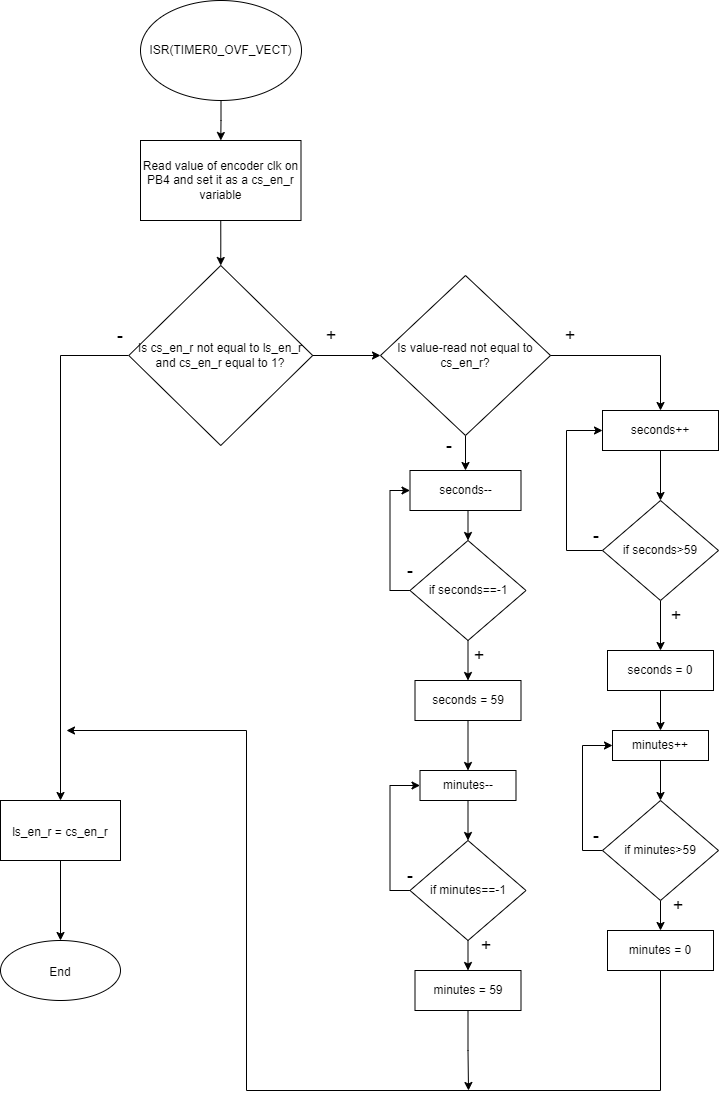
OndraFoltyn/digital-electronics-2 keeps this draw.io diagram as project1/Time_changing.drawio.png. Above is the earlier version. Source tidied: cells renumbered, new cells last; positions are measured from the earlier drawing's top-left corner, leaving out a move shared by most shapes.
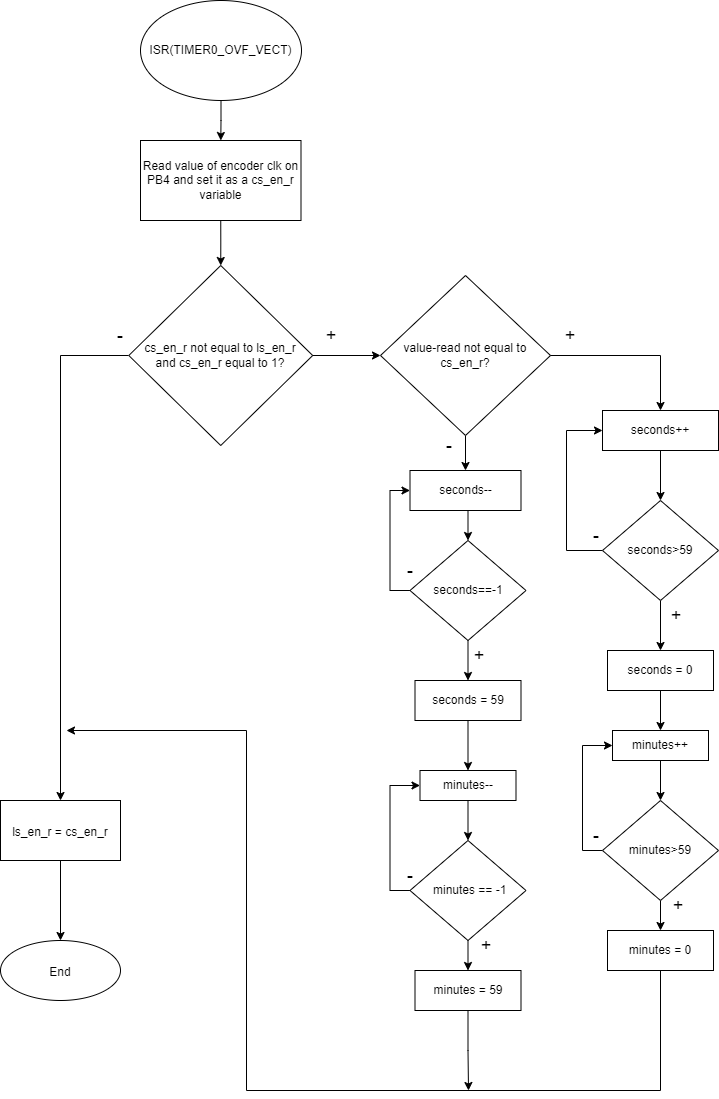
Later version of the same file.

Change to the diagram source:
```diff
@@ -20,7 +20,7 @@
     <mxCell id="7" style="edgeStyle=orthogonalEdgeStyle;rounded=0;jettySize=auto;html=1;fontSize=18;" parent="1" edge="1" source="8" target="11">
       <mxGeometry relative="1" as="geometry" />
     </mxCell>
-    <mxCell id="8" value="Is cs_en_r not equal to ls_en_r and cs_en_r equal to 1?" style="rhombus;whiteSpace=wrap;html=1;" parent="1" vertex="1">
+    <mxCell id="8" value="cs_en_r not equal to ls_en_r &lt;br&gt;and cs_en_r equal to 1?" style="rhombus;whiteSpace=wrap;html=1;" parent="1" vertex="1">
       <mxGeometry x="128.3" y="265" width="183.9" height="180" as="geometry" />
     </mxCell>
     <mxCell id="9" value="&lt;font style=&quot;font-size: 18px;&quot;&gt;-&lt;/font&gt;" style="text;html=1;strokeColor=none;fillColor=none;align=center;verticalAlign=middle;whiteSpace=wrap;rounded=0;" parent="1" vertex="1">
@@ -29,7 +29,7 @@
     <mxCell id="10" style="edgeStyle=orthogonalEdgeStyle;rounded=0;jettySize=auto;html=1;" parent="1" edge="1" source="11" target="35">
       <mxGeometry relative="1" as="geometry" />
     </mxCell>
-    <mxCell id="11" value="Is value-read not equal to cs_en_r?" style="rhombus;whiteSpace=wrap;html=1;" parent="1" vertex="1">
+    <mxCell id="11" value="value-read not equal to cs_en_r?" style="rhombus;whiteSpace=wrap;html=1;" parent="1" vertex="1">
       <mxGeometry x="380" y="275" width="170" height="160" as="geometry" />
     </mxCell>
     <mxCell id="12" value="&lt;span style=&quot;font-size: 18px;&quot;&gt;+&lt;/span&gt;" style="text;html=1;strokeColor=none;fillColor=none;align=center;verticalAlign=middle;whiteSpace=wrap;rounded=0;" parent="1" vertex="1">
@@ -67,7 +67,7 @@
         </Array>
       </mxGeometry>
     </mxCell>
-    <mxCell id="22" value="if seconds&amp;gt;59" style="rhombus;whiteSpace=wrap;html=1;rounded=0;" parent="1" vertex="1">
+    <mxCell id="22" value="seconds&amp;gt;59" style="rhombus;whiteSpace=wrap;html=1;rounded=0;" parent="1" vertex="1">
       <mxGeometry x="602" y="500" width="116" height="100" as="geometry" />
     </mxCell>
     <mxCell id="23" style="edgeStyle=orthogonalEdgeStyle;rounded=0;jettySize=auto;html=1;" parent="1" edge="1" source="24" target="27">
@@ -94,7 +94,7 @@
     <mxCell id="30" style="edgeStyle=orthogonalEdgeStyle;rounded=0;jettySize=auto;html=1;exitX=0;exitY=0.5;exitDx=0;exitDy=0;entryX=0;entryY=0.5;entryDx=0;entryDy=0;" parent="1" edge="1" source="31" target="27">
       <mxGeometry relative="1" as="geometry" />
     </mxCell>
-    <mxCell id="31" value="if minutes&amp;gt;59" style="rhombus;whiteSpace=wrap;html=1;rounded=0;" parent="1" vertex="1">
+    <mxCell id="31" value="minutes&amp;gt;59" style="rhombus;whiteSpace=wrap;html=1;rounded=0;" parent="1" vertex="1">
       <mxGeometry x="602" y="800" width="116" height="100" as="geometry" />
     </mxCell>
     <mxCell id="32" value="minutes = 0" style="rounded=0;whiteSpace=wrap;html=1;" parent="1" vertex="1">
@@ -119,7 +119,7 @@
     <mxCell id="37" style="edgeStyle=orthogonalEdgeStyle;rounded=0;jettySize=auto;html=1;exitX=0;exitY=0.5;exitDx=0;exitDy=0;entryX=0;entryY=0.5;entryDx=0;entryDy=0;" parent="1" edge="1" source="38" target="35">
       <mxGeometry relative="1" as="geometry" />
     </mxCell>
-    <mxCell id="38" value="if seconds==-1" style="rhombus;whiteSpace=wrap;html=1;rounded=0;" parent="1" vertex="1">
+    <mxCell id="38" value="seconds==-1" style="rhombus;whiteSpace=wrap;html=1;rounded=0;" parent="1" vertex="1">
       <mxGeometry x="409.5" y="540" width="116" height="100" as="geometry" />
     </mxCell>
     <mxCell id="39" style="edgeStyle=orthogonalEdgeStyle;rounded=0;jettySize=auto;html=1;" parent="1" edge="1" source="40" target="43">
@@ -143,7 +143,7 @@
     <mxCell id="45" style="edgeStyle=orthogonalEdgeStyle;rounded=0;jettySize=auto;html=1;exitX=0;exitY=0.5;exitDx=0;exitDy=0;entryX=0;entryY=0.5;entryDx=0;entryDy=0;" parent="1" edge="1" source="46" target="43">
       <mxGeometry relative="1" as="geometry" />
     </mxCell>
-    <mxCell id="46" value="if minutes==-1" style="rhombus;whiteSpace=wrap;html=1;rounded=0;" parent="1" vertex="1">
+    <mxCell id="46" value="&amp;nbsp;minutes == -1" style="rhombus;whiteSpace=wrap;html=1;rounded=0;" parent="1" vertex="1">
       <mxGeometry x="409.5" y="840" width="116" height="100" as="geometry" />
     </mxCell>
     <mxCell id="47" style="edgeStyle=orthogonalEdgeStyle;rounded=0;jettySize=auto;html=1;exitX=0.5;exitY=1;exitDx=0;exitDy=0;" parent="1" edge="1" source="48">
```
